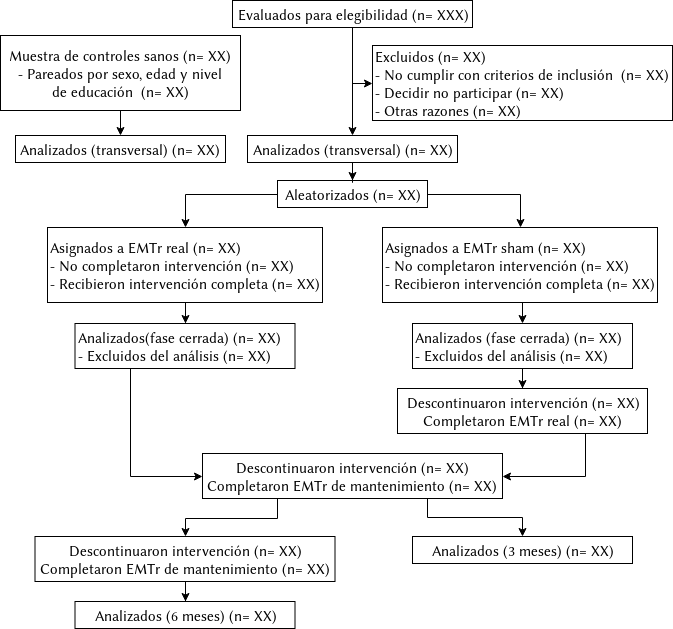
Above: Figures/participantFlow.png in soffiafdz/TesisINB (draw.io), before the change. Source tidied: cells renumbered, new cells last; positions are measured from the earlier drawing's top-left corner, leaving out a move shared by most shapes.
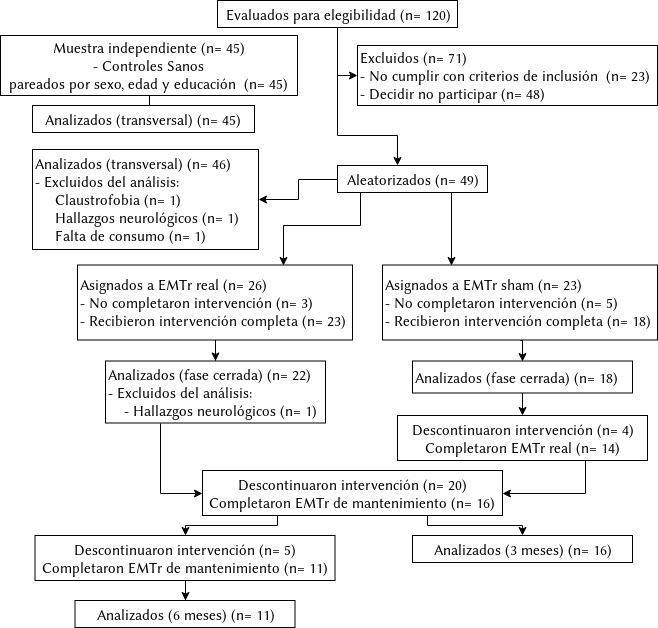
After the commit.

Diff of the diagram source:
```diff
@@ -2,97 +2,118 @@
   <root>
     <mxCell id="0" />
     <mxCell id="1" parent="0" />
+    <mxCell id="31" style="edgeStyle=orthogonalEdgeStyle;rounded=0;jettySize=auto;html=1;" parent="1" edge="1" source="2" target="7">
+      <mxGeometry relative="1" as="geometry">
+        <Array as="points">
+          <mxPoint x="352" y="135" />
+          <mxPoint x="412" y="135" />
+        </Array>
+      </mxGeometry>
+    </mxCell>
-    <mxCell id="2" value="&lt;font style=&quot;font-size: 15px&quot;&gt;Evaluados para elegibilidad (n= XXX)&lt;/font&gt;" style="rounded=0;whiteSpace=wrap;html=1;rotation=0;" parent="1" vertex="1">
+    <mxCell id="2" value="&lt;font style=&quot;font-size: 15px&quot;&gt;Evaluados para elegibilidad (n= 120)&lt;/font&gt;" style="rounded=0;whiteSpace=wrap;html=1;rotation=0;" parent="1" vertex="1">
       <mxGeometry x="232" width="240" height="27" as="geometry" />
     </mxCell>
-    <mxCell id="3" value="&lt;div style=&quot;font-size: 15px&quot; align=&quot;left&quot;&gt;&lt;font style=&quot;font-size: 15px&quot;&gt;Excluidos (n= XX)&lt;br&gt;- No cumplir con criterios de inclusión&amp;nbsp; (n= XX)&lt;br&gt;- Decidir no participar (n= XX)&lt;br&gt;- Otras razones (n= XX)&lt;/font&gt;&lt;/div&gt;" style="rounded=0;whiteSpace=wrap;html=1;align=left;rotation=0;" parent="1" vertex="1" collapsed="1">
-      <mxGeometry x="372" y="45" width="300" height="75" as="geometry" />
+    <mxCell id="3" value="&lt;div style=&quot;font-size: 15px&quot; align=&quot;left&quot;&gt;&lt;font style=&quot;font-size: 15px&quot;&gt;Excluidos (n= 71)&lt;br&gt;- No cumplir con criterios de inclusión&amp;nbsp; (n= 23)&lt;br&gt;- Decidir no participar (n= 48)&lt;br&gt;&lt;/font&gt;&lt;/div&gt;" style="rounded=0;whiteSpace=wrap;html=1;align=left;rotation=0;" parent="1" vertex="1" collapsed="1">
+      <mxGeometry x="372" y="45" width="300" height="60" as="geometry" />
     </mxCell>
     <mxCell id="4" style="edgeStyle=orthogonalEdgeStyle;rounded=0;jettySize=auto;html=1;exitX=0.5;exitY=1;exitDx=0;exitDy=0;entryX=0;entryY=0.5;entryDx=0;entryDy=0;" parent="1" edge="1" source="2" target="3">
       <mxGeometry relative="1" as="geometry" />
     </mxCell>
-    <mxCell id="5" style="edgeStyle=orthogonalEdgeStyle;rounded=0;jettySize=auto;html=1;exitX=1;exitY=0.5;exitDx=0;exitDy=0;" parent="1" edge="1" source="7" target="12">
-      <mxGeometry relative="1" as="geometry" />
-    </mxCell>
+    <mxCell id="32" style="edgeStyle=orthogonalEdgeStyle;rounded=0;jettySize=auto;html=1;entryX=1;entryY=0.5;entryDx=0;entryDy=0;" parent="1" edge="1" source="7" target="21">
+      <mxGeometry relative="1" as="geometry" />
+    </mxCell>
-    <mxCell id="6" style="edgeStyle=orthogonalEdgeStyle;rounded=0;jettySize=auto;html=1;exitX=0;exitY=0.5;exitDx=0;exitDy=0;entryX=0.5;entryY=0;entryDx=0;entryDy=0;" parent="1" edge="1" source="7" target="10">
-      <mxGeometry relative="1" as="geometry" />
+    <mxCell id="6" style="edgeStyle=orthogonalEdgeStyle;rounded=0;jettySize=auto;html=1;exitX=0.25;exitY=1;exitDx=0;exitDy=0;entryX=0.75;entryY=0;entryDx=0;entryDy=0;" parent="1" edge="1" source="7" target="10">
+      <mxGeometry relative="1" as="geometry">
+        <Array as="points">
+          <mxPoint x="375" y="225" />
+          <mxPoint x="298" y="225" />
+        </Array>
+      </mxGeometry>
     </mxCell>
+    <mxCell id="33" style="edgeStyle=orthogonalEdgeStyle;rounded=0;jettySize=auto;html=1;entryX=0.25;entryY=0;entryDx=0;entryDy=0;" parent="1" edge="1" target="12">
+      <mxGeometry relative="1" as="geometry">
+        <mxPoint x="466" y="192" as="sourcePoint" />
+      </mxGeometry>
+    </mxCell>
-    <mxCell id="7" value="&lt;font style=&quot;font-size: 15px&quot;&gt;Aleatorizados (n= XX)&lt;/font&gt;" style="rounded=0;whiteSpace=wrap;html=1;rotation=0;" parent="1" vertex="1">
-      <mxGeometry x="277" y="180" width="150" height="27" as="geometry" />
+    <mxCell id="7" value="&lt;font style=&quot;font-size: 15px&quot;&gt;Aleatorizados (n= 49)&lt;/font&gt;" style="rounded=0;whiteSpace=wrap;html=1;rotation=0;" parent="1" vertex="1">
+      <mxGeometry x="352" y="165" width="150" height="27" as="geometry" />
     </mxCell>
-    <mxCell id="8" style="edgeStyle=orthogonalEdgeStyle;rounded=0;jettySize=auto;html=1;exitX=0.5;exitY=1;exitDx=0;exitDy=0;entryX=0.5;entryY=0;entryDx=0;entryDy=0;" parent="1" edge="1" source="2" target="21">
-      <mxGeometry relative="1" as="geometry" />
-    </mxCell>
     <mxCell id="9" style="edgeStyle=orthogonalEdgeStyle;rounded=0;jettySize=auto;html=1;" parent="1" edge="1" source="10" target="23">
       <mxGeometry relative="1" as="geometry" />
     </mxCell>
-    <mxCell id="10" value="&lt;div style=&quot;font-size: 15px&quot; align=&quot;left&quot;&gt;&lt;font style=&quot;font-size: 15px&quot;&gt;Asignados a EMTr real (n= XX)&lt;br&gt;- No completaron intervención  (n= XX)&lt;br&gt;- Recibieron intervención completa (n= XX)&lt;br&gt;&lt;/font&gt;&lt;/div&gt;" style="rounded=0;whiteSpace=wrap;html=1;align=left;rotation=0;" parent="1" vertex="1">
-      <mxGeometry x="47" y="227" width="275" height="75" as="geometry" />
+    <mxCell id="10" value="&lt;div style=&quot;font-size: 15px&quot; align=&quot;left&quot;&gt;&lt;font style=&quot;font-size: 15px&quot;&gt;Asignados a EMTr real (n= 26)&lt;br&gt;- No completaron intervención  (n= 3)&lt;br&gt;- Recibieron intervención completa (n= 23)&lt;br&gt;&lt;/font&gt;&lt;/div&gt;" style="rounded=0;whiteSpace=wrap;html=1;align=left;rotation=0;" parent="1" vertex="1">
+      <mxGeometry x="92" y="264.5" width="275" height="75" as="geometry" />
     </mxCell>
     <mxCell id="11" style="edgeStyle=orthogonalEdgeStyle;rounded=0;jettySize=auto;html=1;exitX=0.5;exitY=1;exitDx=0;exitDy=0;entryX=0.5;entryY=0;entryDx=0;entryDy=0;" parent="1" edge="1" source="12" target="14">
       <mxGeometry relative="1" as="geometry" />
     </mxCell>
-    <mxCell id="12" value="&lt;font style=&quot;font-size: 15px&quot;&gt;Asignados a EMTr sham (n= XX)&lt;br&gt;&lt;/font&gt;&lt;div style=&quot;font-size: 15px&quot; align=&quot;left&quot;&gt;&lt;font style=&quot;font-size: 15px&quot;&gt;- No completaron intervención (n= XX)&lt;br&gt;- Recibieron intervención completa (n= XX)&lt;br&gt;&lt;/font&gt;&lt;/div&gt;" style="rounded=0;whiteSpace=wrap;html=1;align=left;rotation=0;" parent="1" vertex="1">
-      <mxGeometry x="382" y="227" width="275" height="75" as="geometry" />
+    <mxCell id="12" value="&lt;font style=&quot;font-size: 15px&quot;&gt;Asignados a EMTr sham (n= 23)&lt;br&gt;&lt;/font&gt;&lt;div style=&quot;font-size: 15px&quot; align=&quot;left&quot;&gt;&lt;font style=&quot;font-size: 15px&quot;&gt;- No completaron intervención (n= 5)&lt;br&gt;- Recibieron intervención completa (n= 18)&lt;br&gt;&lt;/font&gt;&lt;/div&gt;" style="rounded=0;whiteSpace=wrap;html=1;align=left;rotation=0;" parent="1" vertex="1">
+      <mxGeometry x="397" y="264.5" width="275" height="75" as="geometry" />
     </mxCell>
     <mxCell id="13" style="edgeStyle=orthogonalEdgeStyle;rounded=0;jettySize=auto;html=1;" parent="1" edge="1" source="14" target="16">
       <mxGeometry relative="1" as="geometry" />
     </mxCell>
-    <mxCell id="14" value="&lt;div style=&quot;font-size: 15px&quot; align=&quot;left&quot;&gt;&lt;font style=&quot;font-size: 15px&quot;&gt;Analizados (fase cerrada) (n= XX)&lt;/font&gt;&lt;/div&gt;&lt;div style=&quot;font-size: 15px&quot; align=&quot;left&quot;&gt;&lt;font style=&quot;font-size: 15px&quot;&gt;- Excluidos del análisis (n= XX)&lt;br&gt;&lt;/font&gt;&lt;/div&gt;" style="rounded=0;whiteSpace=wrap;html=1;align=left;rotation=0;" parent="1" vertex="1">
-      <mxGeometry x="412" y="323" width="220" height="45" as="geometry" />
+    <mxCell id="14" value="&lt;div style=&quot;font-size: 15px&quot; align=&quot;left&quot;&gt;&lt;font style=&quot;font-size: 15px&quot;&gt;Analizados (fase cerrada) (n= 18)&lt;/font&gt;&lt;/div&gt;" style="rounded=0;whiteSpace=wrap;html=1;align=left;rotation=0;" parent="1" vertex="1">
+      <mxGeometry x="427" y="360.5" width="220" height="32" as="geometry" />
     </mxCell>
     <mxCell id="15" style="edgeStyle=orthogonalEdgeStyle;rounded=0;jettySize=auto;html=1;exitX=0.75;exitY=1;exitDx=0;exitDy=0;entryX=1;entryY=0.5;entryDx=0;entryDy=0;" parent="1" edge="1" source="16" target="26">
-      <mxGeometry relative="1" as="geometry" />
+      <mxGeometry relative="1" as="geometry">
+        <Array as="points">
+          <mxPoint x="600" y="493" />
+        </Array>
+      </mxGeometry>
     </mxCell>
-    <mxCell id="16" value="&lt;div style=&quot;font-size: 15px&quot; align=&quot;center&quot;&gt;&lt;font style=&quot;font-size: 15px&quot;&gt;Descontinuaron intervención (n= XX)&lt;/font&gt;&lt;/div&gt;&lt;div style=&quot;font-size: 15px&quot; align=&quot;center&quot;&gt;&lt;font style=&quot;font-size: 15px&quot;&gt;Completaron EMTr real (n= XX)&lt;br&gt;&lt;/font&gt;&lt;/div&gt;" style="rounded=0;whiteSpace=wrap;html=1;align=center;rotation=0;" parent="1" vertex="1">
-      <mxGeometry x="397" y="388" width="250" height="45" as="geometry" />
+    <mxCell id="16" value="&lt;div style=&quot;font-size: 15px&quot; align=&quot;center&quot;&gt;&lt;font style=&quot;font-size: 15px&quot;&gt;Descontinuaron intervención (n= 4)&lt;/font&gt;&lt;/div&gt;&lt;div style=&quot;font-size: 15px&quot; align=&quot;center&quot;&gt;&lt;font style=&quot;font-size: 15px&quot;&gt;Completaron EMTr real (n= 14)&lt;br&gt;&lt;/font&gt;&lt;/div&gt;" style="rounded=0;whiteSpace=wrap;html=1;align=center;rotation=0;" parent="1" vertex="1">
+      <mxGeometry x="412" y="415" width="250" height="45" as="geometry" />
     </mxCell>
-    <mxCell id="17" style="edgeStyle=orthogonalEdgeStyle;rounded=0;jettySize=auto;html=1;" parent="1" edge="1" source="18" target="19">
+    <mxCell id="17" style="edgeStyle=orthogonalEdgeStyle;rounded=0;jettySize=auto;html=1;entryX=0.5;entryY=0;entryDx=0;entryDy=0;" parent="1" edge="1" source="18" target="19">
       <mxGeometry relative="1" as="geometry" />
     </mxCell>
-    <mxCell id="18" value="&lt;font style=&quot;font-size: 15px&quot;&gt;Muestra de controles sanos (n= XX)&lt;br&gt;&lt;/font&gt;&lt;div style=&quot;font-size: 15px&quot; align=&quot;center&quot;&gt;&lt;font style=&quot;font-size: 15px&quot;&gt;- Pareados por sexo, edad y nivel&lt;br&gt;de educación&amp;nbsp; (n= XX)&lt;br&gt;&lt;/font&gt;&lt;/div&gt;" style="rounded=0;whiteSpace=wrap;html=1;align=center;rotation=0;" parent="1" vertex="1">
-      <mxGeometry y="35" width="240" height="75" as="geometry" />
+    <mxCell id="18" value="&lt;font style=&quot;font-size: 15px&quot;&gt;Muestra independiente (n= 45)&lt;br&gt;&lt;/font&gt;&lt;div style=&quot;font-size: 15px&quot; align=&quot;center&quot;&gt;&lt;font style=&quot;font-size: 15px&quot;&gt;- Controles Sanos&lt;br&gt;pareados por sexo, edad y educación&amp;nbsp; (n= 45)&lt;br&gt;&lt;/font&gt;&lt;/div&gt;" style="rounded=0;whiteSpace=wrap;html=1;align=center;rotation=0;" parent="1" vertex="1">
+      <mxGeometry x="15" y="35" width="297" height="60" as="geometry" />
     </mxCell>
-    <mxCell id="19" value="&lt;div style=&quot;font-size: 15px&quot; align=&quot;center&quot;&gt;&lt;font style=&quot;font-size: 15px&quot;&gt;Analizados (transversal) (n= XX)&lt;br&gt;&lt;/font&gt;&lt;/div&gt;" style="rounded=0;whiteSpace=wrap;html=1;align=center;rotation=0;" parent="1" vertex="1">
-      <mxGeometry x="15" y="135" width="210" height="27" as="geometry" />
+    <mxCell id="19" value="&lt;div style=&quot;font-size: 15px&quot; align=&quot;center&quot;&gt;&lt;font style=&quot;font-size: 15px&quot;&gt;Analizados (transversal) (n= 45)&lt;br&gt;&lt;/font&gt;&lt;/div&gt;" style="rounded=0;whiteSpace=wrap;html=1;align=center;rotation=0;" parent="1" vertex="1">
+      <mxGeometry x="47" y="105" width="222" height="27" as="geometry" />
     </mxCell>
-    <mxCell id="20" style="edgeStyle=orthogonalEdgeStyle;rounded=0;jettySize=auto;html=1;entryX=0.5;entryY=0;entryDx=0;entryDy=0;" parent="1" edge="1" source="21" target="7">
-      <mxGeometry relative="1" as="geometry" />
-    </mxCell>
-    <mxCell id="21" value="&lt;font style=&quot;font-size: 15px&quot;&gt;Analizados (transversal) (n= XX)&lt;/font&gt;" style="rounded=0;whiteSpace=wrap;html=1;rotation=0;" parent="1" vertex="1">
-      <mxGeometry x="247" y="135" width="210" height="27" as="geometry" />
+    <mxCell id="21" value="&lt;div&gt;&lt;font style=&quot;font-size: 15px&quot;&gt;Analizados (transversal) (n= 46)&lt;/font&gt;&lt;br&gt;&lt;font style=&quot;font-size: 15px&quot;&gt;- Excluidos del análisis:&lt;/font&gt;&lt;br&gt;&lt;div align=&quot;left&quot;&gt;&lt;font style=&quot;font-size: 15px&quot;&gt;&amp;nbsp;&amp;nbsp;&amp;nbsp;&amp;nbsp; Claustrofobia (n= 1)&lt;/font&gt;&lt;br&gt;&lt;/div&gt;&lt;/div&gt;&lt;div align=&quot;left&quot;&gt;&lt;font style=&quot;font-size: 15px&quot;&gt;&amp;nbsp;&amp;nbsp;&amp;nbsp;&amp;nbsp; Hallazgos neurológicos (n= 1)&lt;/font&gt;&lt;/div&gt;&lt;div align=&quot;left&quot;&gt;&lt;font style=&quot;font-size: 15px&quot;&gt;&amp;nbsp;&amp;nbsp;&amp;nbsp;&amp;nbsp; Falta de consumo (n= 1)&lt;br&gt;&lt;/font&gt;&lt;/div&gt;" style="rounded=0;whiteSpace=wrap;html=1;rotation=0;align=left;" parent="1" vertex="1">
+      <mxGeometry x="47" y="149" width="226" height="100" as="geometry" />
     </mxCell>
     <mxCell id="22" style="edgeStyle=orthogonalEdgeStyle;rounded=0;jettySize=auto;html=1;exitX=0.25;exitY=1;exitDx=0;exitDy=0;entryX=0;entryY=0.5;entryDx=0;entryDy=0;" parent="1" edge="1" source="23" target="26">
       <mxGeometry relative="1" as="geometry" />
     </mxCell>
-    <mxCell id="23" value="&lt;div style=&quot;font-size: 15px&quot; align=&quot;left&quot;&gt;&lt;font style=&quot;font-size: 15px&quot;&gt;Analizados(fase cerrada) (n= XX)&lt;/font&gt;&lt;/div&gt;&lt;div style=&quot;font-size: 15px&quot; align=&quot;left&quot;&gt;&lt;font style=&quot;font-size: 15px&quot;&gt;- Excluidos del análisis (n= XX)&lt;br&gt;&lt;/font&gt;&lt;/div&gt;" style="rounded=0;whiteSpace=wrap;html=1;align=left;rotation=0;" parent="1" vertex="1">
-      <mxGeometry x="74.5" y="323" width="220" height="45" as="geometry" />
+    <mxCell id="23" value="&lt;div style=&quot;font-size: 15px&quot; align=&quot;left&quot;&gt;&lt;font style=&quot;font-size: 15px&quot;&gt;Analizados (fase cerrada) (n= 22)&lt;/font&gt;&lt;/div&gt;&lt;div style=&quot;font-size: 15px&quot; align=&quot;left&quot;&gt;&lt;font style=&quot;font-size: 15px&quot;&gt;- Excluidos del análisis:&lt;br&gt;&amp;nbsp;&amp;nbsp;&amp;nbsp; - Hallazgos neurológicos (n= 1)&lt;br&gt;&lt;/font&gt;&lt;/div&gt;" style="rounded=0;whiteSpace=wrap;html=1;align=left;rotation=0;" parent="1" vertex="1">
+      <mxGeometry x="120" y="360.5" width="220" height="62" as="geometry" />
     </mxCell>
     <mxCell id="24" style="edgeStyle=orthogonalEdgeStyle;rounded=0;jettySize=auto;html=1;exitX=0.25;exitY=1;exitDx=0;exitDy=0;entryX=0.5;entryY=0;entryDx=0;entryDy=0;" parent="1" edge="1" source="26" target="28">
-      <mxGeometry relative="1" as="geometry" />
+      <mxGeometry relative="1" as="geometry">
+        <Array as="points">
+          <mxPoint x="292" y="525" />
+          <mxPoint x="200" y="525" />
+        </Array>
+      </mxGeometry>
     </mxCell>
     <mxCell id="25" style="edgeStyle=orthogonalEdgeStyle;rounded=0;jettySize=auto;html=1;exitX=0.75;exitY=1;exitDx=0;exitDy=0;entryX=0.5;entryY=0;entryDx=0;entryDy=0;" parent="1" edge="1" source="26" target="30">
       <mxGeometry relative="1" as="geometry">
         <Array as="points">
-          <mxPoint x="427" y="517" />
-          <mxPoint x="522" y="517" />
+          <mxPoint x="442" y="525" />
+          <mxPoint x="537" y="525" />
         </Array>
       </mxGeometry>
     </mxCell>
-    <mxCell id="26" value="&lt;font style=&quot;font-size: 15px&quot;&gt;Descontinuaron intervención (n= XX)&lt;/font&gt;&lt;div style=&quot;font-size: 15px&quot; align=&quot;center&quot;&gt;&lt;font style=&quot;font-size: 15px&quot;&gt;Completaron EMTr de mantenimiento (n= XX)&lt;br&gt;&lt;/font&gt;&lt;/div&gt;" style="rounded=0;whiteSpace=wrap;html=1;align=center;rotation=0;" parent="1" vertex="1">
-      <mxGeometry x="202" y="453" width="300" height="45" as="geometry" />
+    <mxCell id="26" value="&lt;font style=&quot;font-size: 15px&quot;&gt;Descontinuaron intervención (n= 20)&lt;/font&gt;&lt;div style=&quot;font-size: 15px&quot; align=&quot;center&quot;&gt;&lt;font style=&quot;font-size: 15px&quot;&gt;Completaron EMTr de mantenimiento (n= 16)&lt;br&gt;&lt;/font&gt;&lt;/div&gt;" style="rounded=0;whiteSpace=wrap;html=1;align=center;rotation=0;" parent="1" vertex="1">
+      <mxGeometry x="217" y="470" width="300" height="45" as="geometry" />
     </mxCell>
     <mxCell id="27" style="edgeStyle=orthogonalEdgeStyle;rounded=0;jettySize=auto;html=1;" parent="1" edge="1" source="28" target="29">
       <mxGeometry relative="1" as="geometry" />
     </mxCell>
-    <mxCell id="28" value="&lt;font style=&quot;font-size: 15px&quot;&gt;Descontinuaron intervención (n= XX)&lt;/font&gt;&lt;div style=&quot;font-size: 15px&quot; align=&quot;center&quot;&gt;&lt;font style=&quot;font-size: 15px&quot;&gt;Completaron EMTr de mantenimiento (n= XX)&lt;br&gt;&lt;/font&gt;&lt;/div&gt;" style="rounded=0;whiteSpace=wrap;html=1;align=center;rotation=0;" parent="1" vertex="1">
-      <mxGeometry x="34.5" y="536" width="300" height="45" as="geometry" />
+    <mxCell id="28" value="&lt;font style=&quot;font-size: 15px&quot;&gt;Descontinuaron intervención (n= 5)&lt;/font&gt;&lt;div style=&quot;font-size: 15px&quot; align=&quot;center&quot;&gt;&lt;font style=&quot;font-size: 15px&quot;&gt;Completaron EMTr de mantenimiento (n= 11)&lt;br&gt;&lt;/font&gt;&lt;/div&gt;" style="rounded=0;whiteSpace=wrap;html=1;align=center;rotation=0;" parent="1" vertex="1">
+      <mxGeometry x="49.5" y="535" width="300" height="45" as="geometry" />
     </mxCell>
-    <mxCell id="29" value="&lt;div align=&quot;center&quot;&gt;&lt;font style=&quot;font-size: 15px&quot;&gt;Analizados (6 meses) (n= XX)&lt;/font&gt;&lt;/div&gt;" style="rounded=0;whiteSpace=wrap;html=1;align=center;rotation=0;" parent="1" vertex="1">
-      <mxGeometry x="74.5" y="601" width="220" height="27" as="geometry" />
+    <mxCell id="29" value="&lt;div align=&quot;center&quot;&gt;&lt;font style=&quot;font-size: 15px&quot;&gt;Analizados (6 meses) (n= 11)&lt;/font&gt;&lt;/div&gt;" style="rounded=0;whiteSpace=wrap;html=1;align=center;rotation=0;" parent="1" vertex="1">
+      <mxGeometry x="89.5" y="600" width="220" height="27" as="geometry" />
     </mxCell>
-    <mxCell id="30" value="&lt;div align=&quot;center&quot;&gt;&lt;font style=&quot;font-size: 15px&quot;&gt;Analizados (3 meses) (n= XX)&lt;/font&gt;&lt;/div&gt;" style="rounded=0;whiteSpace=wrap;html=1;align=center;rotation=0;" parent="1" vertex="1">
-      <mxGeometry x="412" y="536" width="220" height="27" as="geometry" />
+    <mxCell id="30" value="&lt;div align=&quot;center&quot;&gt;&lt;font style=&quot;font-size: 15px&quot;&gt;Analizados (3 meses) (n= 16)&lt;/font&gt;&lt;/div&gt;" style="rounded=0;whiteSpace=wrap;html=1;align=center;rotation=0;" parent="1" vertex="1">
+      <mxGeometry x="427" y="535" width="220" height="27" as="geometry" />
     </mxCell>
   </root>
 </mxGraphModel>
```
